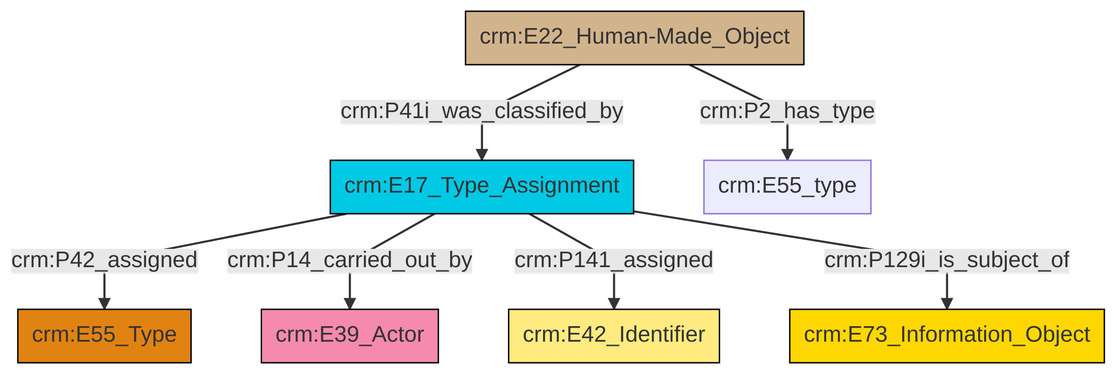
This is et/builtWorkCSV/ttl/mmd/png/Built_Work_designation_status.png from swiss-art-research-net/docs.swissartresearch, a Mermaid export, as it was before one commit. Its source is kept beside it as et/builtWorkCSV/ttl/mmd/Built_Work_designation_status.ttl.mmd.
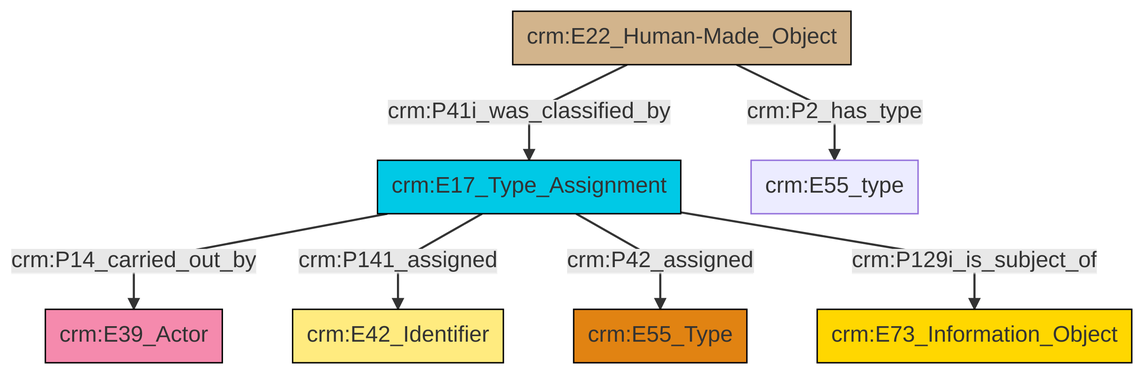
After the change.

Diff of the diagram source:
```diff
@@ -13,9 +13,9 @@
 classDef PC_Classes fill:#4ce600, stroke:#000000;
 classDef Multi fill:#cccccc,stroke:#000000;
 
-2["crm:E17_Type_Assignment"]:::Temporal_Entity -->|crm:P42_assigned| 3["crm:E55_Type"]:::Type
-4["crm:E22_Human-Made_Object"]:::Physical_Thing -->|crm:P41i_was_classified_by| 2["crm:E17_Type_Assignment"]:::Temporal_Entity
-4["crm:E22_Human-Made_Object"]:::Physical_Thing -->|crm:P2_has_type| 7["crm:E55_type"]:::Default
-2["crm:E17_Type_Assignment"]:::Temporal_Entity -->|crm:P14_carried_out_by| 8["crm:E39_Actor"]:::Actor
-2["crm:E17_Type_Assignment"]:::Temporal_Entity -->|crm:P141_assigned| 0["crm:E42_Identifier"]:::Appellation
-2["crm:E17_Type_Assignment"]:::Temporal_Entity -->|crm:P129i_is_subject_of| 13["crm:E73_Information_Object"]:::Conceptual_Object
+0["crm:E17_Type_Assignment"]:::Temporal_Entity -->|crm:P14_carried_out_by| 1["crm:E39_Actor"]:::Actor
+0["crm:E17_Type_Assignment"]:::Temporal_Entity -->|crm:P141_assigned| 2["crm:E42_Identifier"]:::Appellation
+6["crm:E22_Human-Made_Object"]:::Physical_Thing -->|crm:P41i_was_classified_by| 0["crm:E17_Type_Assignment"]:::Temporal_Entity
+0["crm:E17_Type_Assignment"]:::Temporal_Entity -->|crm:P42_assigned| 7["crm:E55_Type"]:::Type
+6["crm:E22_Human-Made_Object"]:::Physical_Thing -->|crm:P2_has_type| 4["crm:E55_type"]:::Default
+0["crm:E17_Type_Assignment"]:::Temporal_Entity -->|crm:P129i_is_subject_of| 9["crm:E73_Information_Object"]:::Conceptual_Object
```
